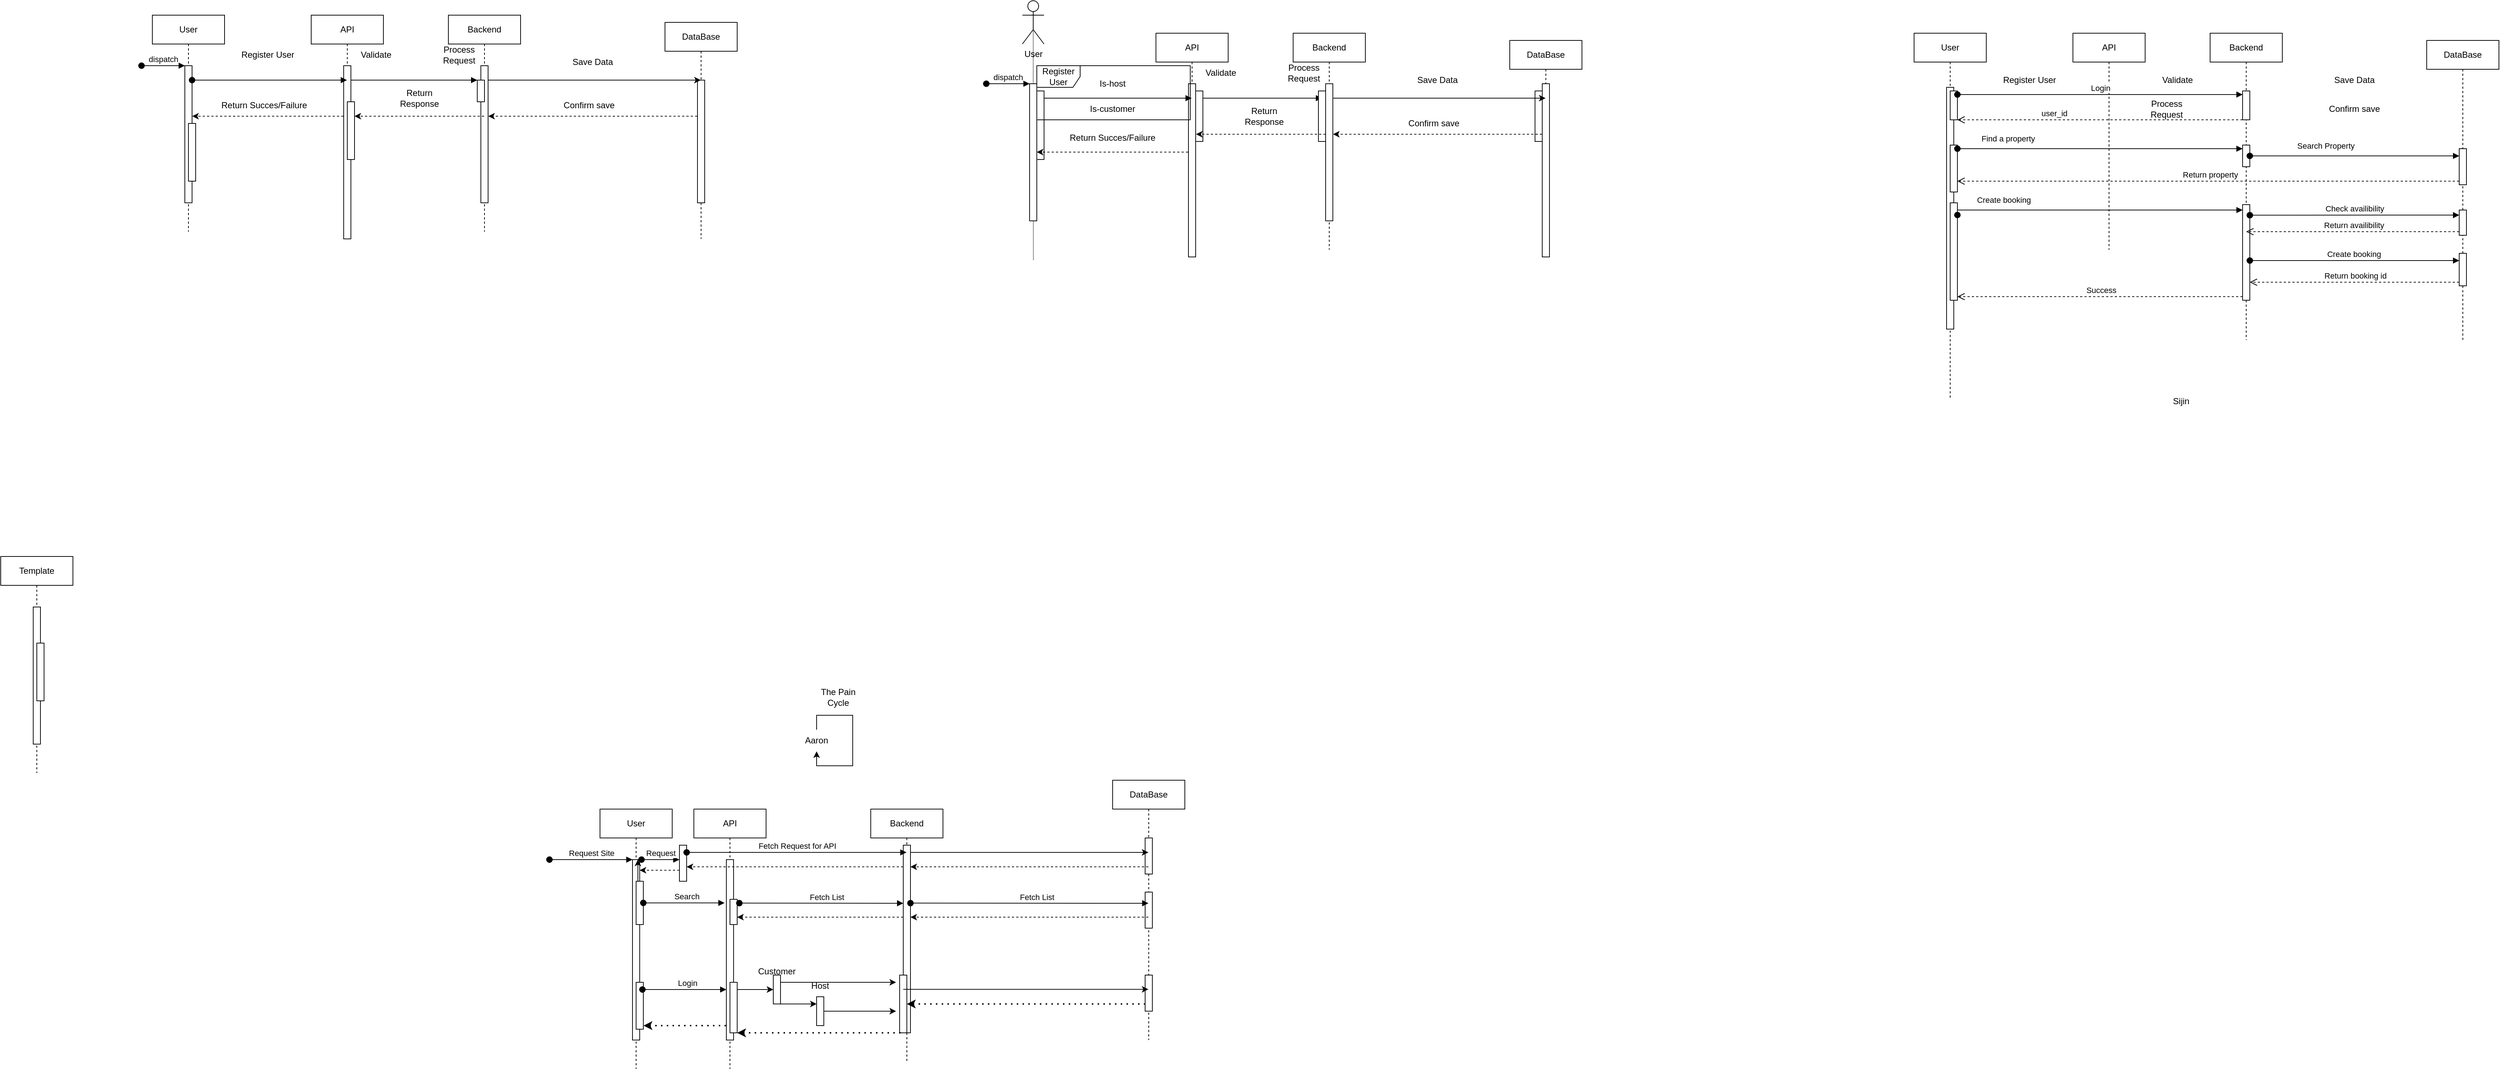
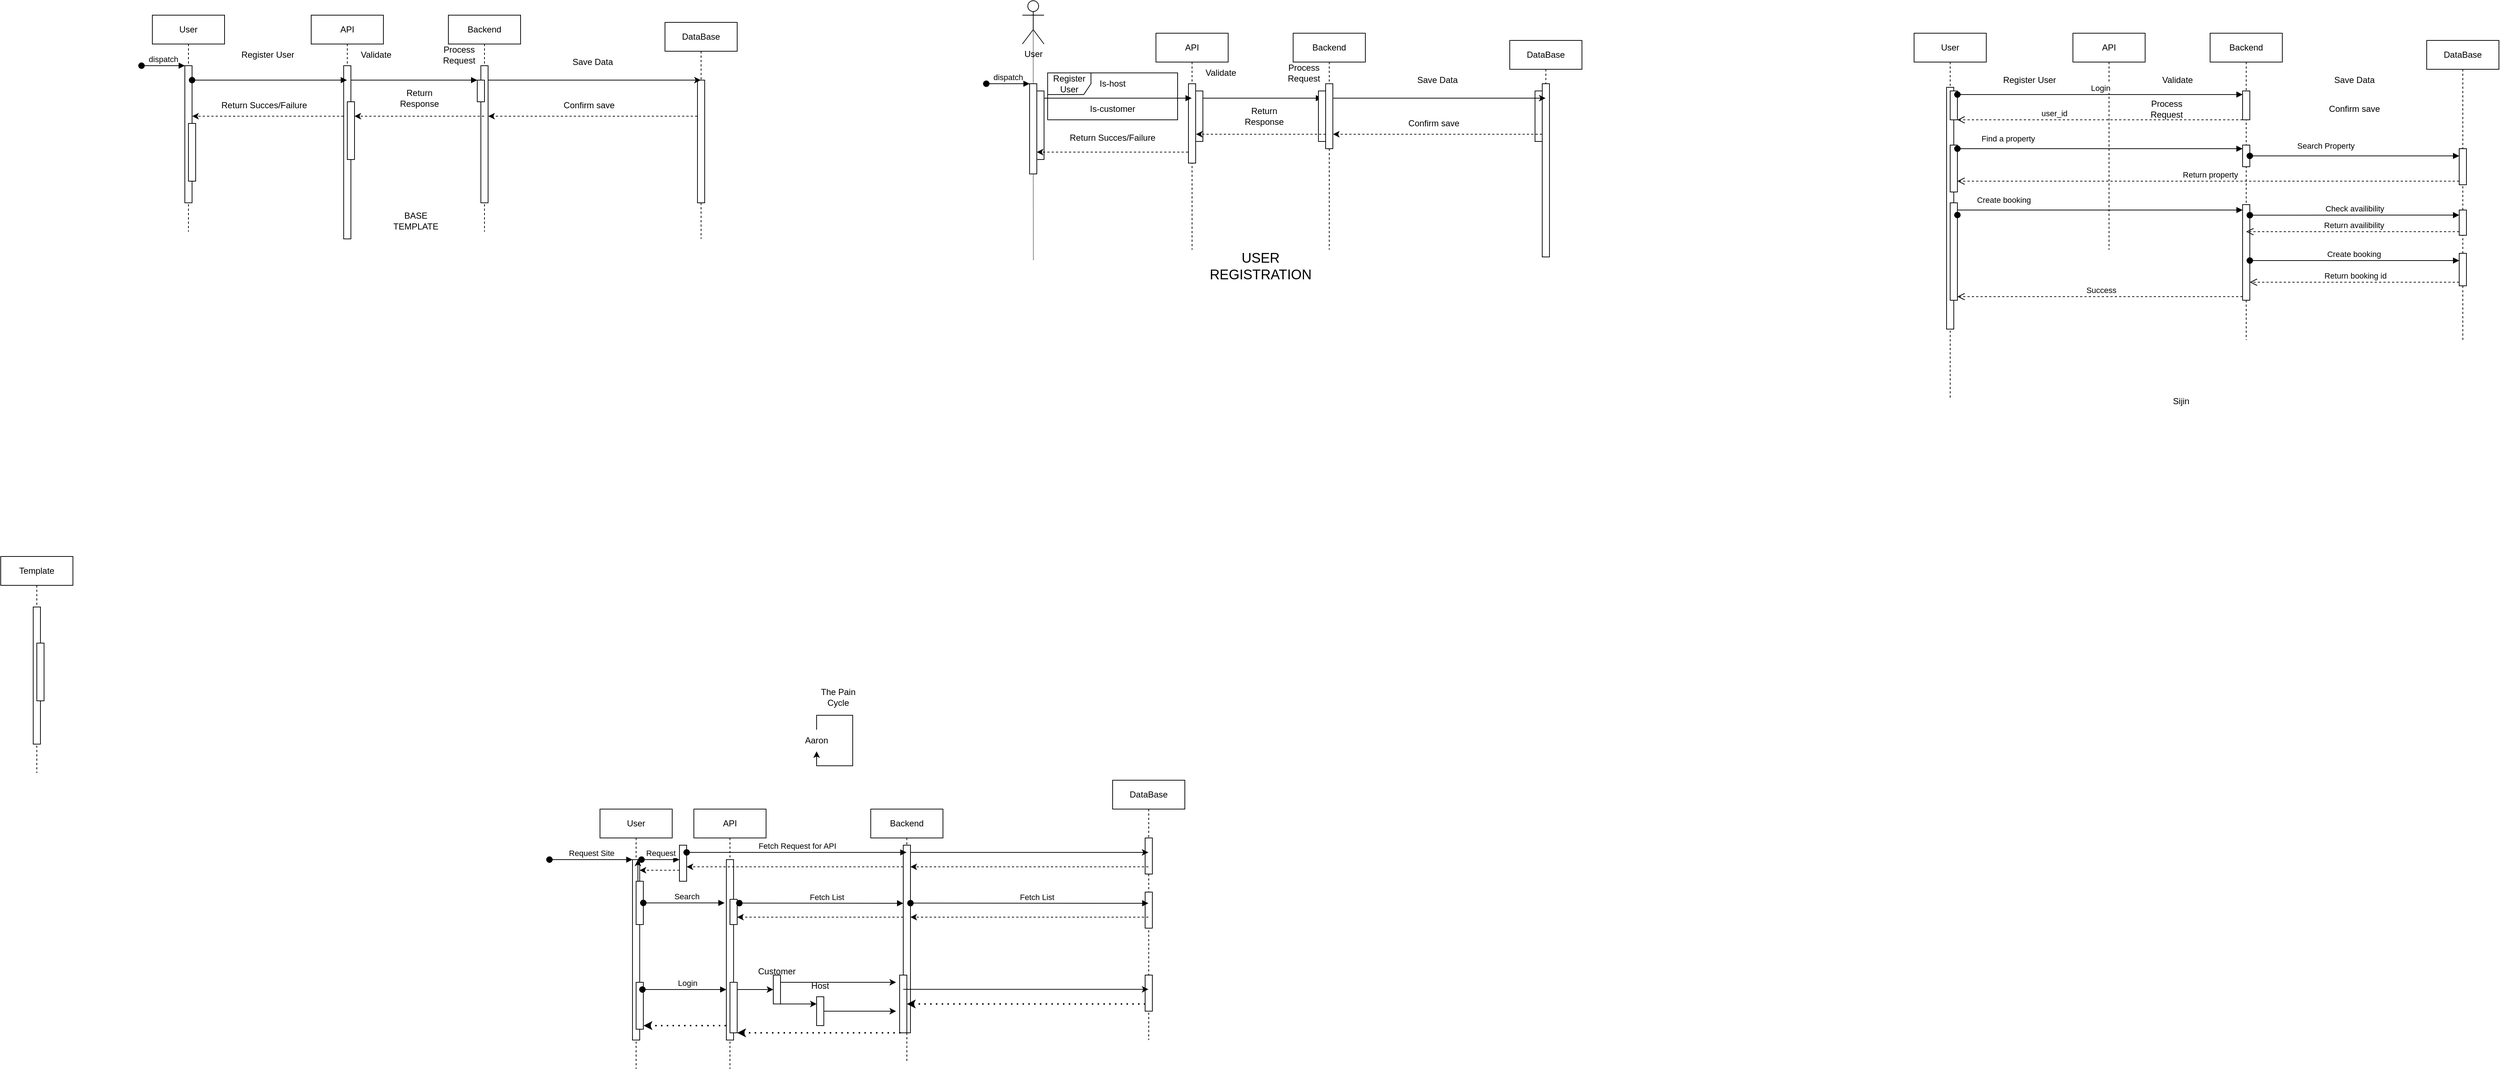
<mxfile host="app.diagrams.net" agent="5.0 (Macintosh; Intel Mac OS X 10_15_7) AppleWebKit/537.36 (KHTML, like Gecko) Chrome/109.0.0.0 Safari/537.36">
  <diagram name="Page-1" id="2YBvvXClWsGukQMizWep">
-     <mxGraphModel dx="1977" dy="550" grid="1" gridSize="10" guides="1" tooltips="1" connect="1" arrows="1" fold="1" page="1" pageScale="1" pageWidth="850" pageHeight="1100" math="0" shadow="0">
+     <mxGraphModel dx="3690" dy="1400" grid="1" gridSize="10" guides="1" tooltips="1" connect="1" arrows="1" fold="1" page="1" pageScale="1" pageWidth="850" pageHeight="1100" math="0" shadow="0">
      <root>
        <mxCell id="0" />
        <mxCell id="1" parent="0" />
        <mxCell id="aM9ryv3xv72pqoxQDRHE-1" parent="1" style="shape=umlLifeline;perimeter=lifelinePerimeter;whiteSpace=wrap;html=1;container=0;dropTarget=0;collapsible=0;recursiveResize=0;outlineConnect=0;portConstraint=eastwest;newEdgeStyle={&quot;edgeStyle&quot;:&quot;elbowEdgeStyle&quot;,&quot;elbow&quot;:&quot;vertical&quot;,&quot;curved&quot;:0,&quot;rounded&quot;:0};" value="User" vertex="1">
          <mxGeometry height="300" width="100" x="-610" y="30" as="geometry" />
        </mxCell>
        <mxCell id="aM9ryv3xv72pqoxQDRHE-2" parent="aM9ryv3xv72pqoxQDRHE-1" style="html=1;points=[];perimeter=orthogonalPerimeter;outlineConnect=0;targetShapes=umlLifeline;portConstraint=eastwest;newEdgeStyle={&quot;edgeStyle&quot;:&quot;elbowEdgeStyle&quot;,&quot;elbow&quot;:&quot;vertical&quot;,&quot;curved&quot;:0,&quot;rounded&quot;:0};" value="" vertex="1">
          <mxGeometry height="190" width="10" x="45" y="70" as="geometry" />
        </mxCell>
        <mxCell id="aM9ryv3xv72pqoxQDRHE-3" edge="1" parent="aM9ryv3xv72pqoxQDRHE-1" style="html=1;verticalAlign=bottom;startArrow=oval;endArrow=block;startSize=8;edgeStyle=elbowEdgeStyle;elbow=vertical;curved=0;rounded=0;" target="aM9ryv3xv72pqoxQDRHE-2" value="dispatch">
          <mxGeometry relative="1" as="geometry">
            <mxPoint x="-15" y="70" as="sourcePoint" />
          </mxGeometry>
        </mxCell>
        <mxCell id="aM9ryv3xv72pqoxQDRHE-4" parent="aM9ryv3xv72pqoxQDRHE-1" style="html=1;points=[];perimeter=orthogonalPerimeter;outlineConnect=0;targetShapes=umlLifeline;portConstraint=eastwest;newEdgeStyle={&quot;edgeStyle&quot;:&quot;elbowEdgeStyle&quot;,&quot;elbow&quot;:&quot;vertical&quot;,&quot;curved&quot;:0,&quot;rounded&quot;:0};" value="" vertex="1">
          <mxGeometry height="80" width="10" x="50" y="150" as="geometry" />
        </mxCell>
        <mxCell id="aM9ryv3xv72pqoxQDRHE-5" parent="1" style="shape=umlLifeline;perimeter=lifelinePerimeter;whiteSpace=wrap;html=1;container=0;dropTarget=0;collapsible=0;recursiveResize=0;outlineConnect=0;portConstraint=eastwest;newEdgeStyle={&quot;edgeStyle&quot;:&quot;elbowEdgeStyle&quot;,&quot;elbow&quot;:&quot;vertical&quot;,&quot;curved&quot;:0,&quot;rounded&quot;:0};" value="DataBase" vertex="1">
          <mxGeometry height="300" width="100" x="100" y="40" as="geometry" />
        </mxCell>
        <mxCell id="aM9ryv3xv72pqoxQDRHE-6" parent="aM9ryv3xv72pqoxQDRHE-5" style="html=1;points=[];perimeter=orthogonalPerimeter;outlineConnect=0;targetShapes=umlLifeline;portConstraint=eastwest;newEdgeStyle={&quot;edgeStyle&quot;:&quot;elbowEdgeStyle&quot;,&quot;elbow&quot;:&quot;vertical&quot;,&quot;curved&quot;:0,&quot;rounded&quot;:0};" value="" vertex="1">
          <mxGeometry height="170" width="10" x="45" y="80" as="geometry" />
        </mxCell>
        <mxCell id="aM9ryv3xv72pqoxQDRHE-7" edge="1" parent="1" source="7Z1T8ZwHcXeBXznP6D7j-6" style="html=1;verticalAlign=bottom;endArrow=block;edgeStyle=elbowEdgeStyle;elbow=vertical;curved=0;rounded=0;" target="7Z1T8ZwHcXeBXznP6D7j-11" value="">
          <mxGeometry relative="1" x="0.0616" as="geometry">
            <mxPoint as="offset" />
            <Array as="points">
              <mxPoint x="-200" y="120" />
            </Array>
            <mxPoint x="-445" y="120" as="sourcePoint" />
            <mxPoint x="-160" y="120" as="targetPoint" />
          </mxGeometry>
        </mxCell>
        <mxCell id="7Z1T8ZwHcXeBXznP6D7j-5" parent="1" style="shape=umlLifeline;perimeter=lifelinePerimeter;whiteSpace=wrap;html=1;container=0;dropTarget=0;collapsible=0;recursiveResize=0;outlineConnect=0;portConstraint=eastwest;newEdgeStyle={&quot;edgeStyle&quot;:&quot;elbowEdgeStyle&quot;,&quot;elbow&quot;:&quot;vertical&quot;,&quot;curved&quot;:0,&quot;rounded&quot;:0};" value="API" vertex="1">
          <mxGeometry height="300" width="100" x="-390" y="30" as="geometry" />
        </mxCell>
        <mxCell id="7Z1T8ZwHcXeBXznP6D7j-6" parent="7Z1T8ZwHcXeBXznP6D7j-5" style="html=1;points=[];perimeter=orthogonalPerimeter;outlineConnect=0;targetShapes=umlLifeline;portConstraint=eastwest;newEdgeStyle={&quot;edgeStyle&quot;:&quot;elbowEdgeStyle&quot;,&quot;elbow&quot;:&quot;vertical&quot;,&quot;curved&quot;:0,&quot;rounded&quot;:0};" value="" vertex="1">
          <mxGeometry height="240" width="10" x="45" y="70" as="geometry" />
        </mxCell>
        <mxCell id="7Z1T8ZwHcXeBXznP6D7j-8" parent="7Z1T8ZwHcXeBXznP6D7j-5" style="html=1;points=[];perimeter=orthogonalPerimeter;outlineConnect=0;targetShapes=umlLifeline;portConstraint=eastwest;newEdgeStyle={&quot;edgeStyle&quot;:&quot;elbowEdgeStyle&quot;,&quot;elbow&quot;:&quot;vertical&quot;,&quot;curved&quot;:0,&quot;rounded&quot;:0};" value="" vertex="1">
          <mxGeometry height="80" width="10" x="50" y="120" as="geometry" />
        </mxCell>
        <mxCell id="7Z1T8ZwHcXeBXznP6D7j-9" parent="1" style="shape=umlLifeline;perimeter=lifelinePerimeter;whiteSpace=wrap;html=1;container=0;dropTarget=0;collapsible=0;recursiveResize=0;outlineConnect=0;portConstraint=eastwest;newEdgeStyle={&quot;edgeStyle&quot;:&quot;elbowEdgeStyle&quot;,&quot;elbow&quot;:&quot;vertical&quot;,&quot;curved&quot;:0,&quot;rounded&quot;:0};" value="&lt;div&gt;Backend&lt;/div&gt;" vertex="1">
          <mxGeometry height="300" width="100" x="-200" y="30" as="geometry" />
        </mxCell>
        <mxCell id="7Z1T8ZwHcXeBXznP6D7j-10" parent="7Z1T8ZwHcXeBXznP6D7j-9" style="html=1;points=[];perimeter=orthogonalPerimeter;outlineConnect=0;targetShapes=umlLifeline;portConstraint=eastwest;newEdgeStyle={&quot;edgeStyle&quot;:&quot;elbowEdgeStyle&quot;,&quot;elbow&quot;:&quot;vertical&quot;,&quot;curved&quot;:0,&quot;rounded&quot;:0};" value="" vertex="1">
          <mxGeometry height="190" width="10" x="45" y="70" as="geometry" />
        </mxCell>
        <mxCell id="7Z1T8ZwHcXeBXznP6D7j-11" parent="7Z1T8ZwHcXeBXznP6D7j-9" style="html=1;points=[];perimeter=orthogonalPerimeter;outlineConnect=0;targetShapes=umlLifeline;portConstraint=eastwest;newEdgeStyle={&quot;edgeStyle&quot;:&quot;elbowEdgeStyle&quot;,&quot;elbow&quot;:&quot;vertical&quot;,&quot;curved&quot;:0,&quot;rounded&quot;:0};" value="" vertex="1">
          <mxGeometry height="30" width="10" x="40" y="90" as="geometry" />
        </mxCell>
        <mxCell id="7Z1T8ZwHcXeBXznP6D7j-12" parent="1" style="shape=umlLifeline;perimeter=lifelinePerimeter;whiteSpace=wrap;html=1;container=0;dropTarget=0;collapsible=0;recursiveResize=0;outlineConnect=0;portConstraint=eastwest;newEdgeStyle={&quot;edgeStyle&quot;:&quot;elbowEdgeStyle&quot;,&quot;elbow&quot;:&quot;vertical&quot;,&quot;curved&quot;:0,&quot;rounded&quot;:0};" value="Template" vertex="1">
          <mxGeometry height="300" width="100" x="-820" y="780" as="geometry" />
        </mxCell>
        <mxCell id="7Z1T8ZwHcXeBXznP6D7j-13" parent="7Z1T8ZwHcXeBXznP6D7j-12" style="html=1;points=[];perimeter=orthogonalPerimeter;outlineConnect=0;targetShapes=umlLifeline;portConstraint=eastwest;newEdgeStyle={&quot;edgeStyle&quot;:&quot;elbowEdgeStyle&quot;,&quot;elbow&quot;:&quot;vertical&quot;,&quot;curved&quot;:0,&quot;rounded&quot;:0};" value="" vertex="1">
          <mxGeometry height="190" width="10" x="45" y="70" as="geometry" />
        </mxCell>
        <mxCell id="7Z1T8ZwHcXeBXznP6D7j-14" parent="7Z1T8ZwHcXeBXznP6D7j-12" style="html=1;points=[];perimeter=orthogonalPerimeter;outlineConnect=0;targetShapes=umlLifeline;portConstraint=eastwest;newEdgeStyle={&quot;edgeStyle&quot;:&quot;elbowEdgeStyle&quot;,&quot;elbow&quot;:&quot;vertical&quot;,&quot;curved&quot;:0,&quot;rounded&quot;:0};" value="" vertex="1">
          <mxGeometry height="80" width="10" x="50" y="120" as="geometry" />
        </mxCell>
        <mxCell id="D9VVy2PClrj1YHKQl20F-1" parent="1" style="text;html=1;whiteSpace=wrap;strokeColor=none;fillColor=none;align=center;verticalAlign=middle;rounded=0;" value="Register User" vertex="1">
          <mxGeometry height="30" width="100" x="-500" y="70" as="geometry" />
        </mxCell>
        <mxCell id="D9VVy2PClrj1YHKQl20F-2" parent="1" style="text;html=1;whiteSpace=wrap;strokeColor=none;fillColor=none;align=center;verticalAlign=middle;rounded=0;" value="Validate" vertex="1">
          <mxGeometry height="30" width="60" x="-330" y="70" as="geometry" />
        </mxCell>
        <mxCell id="D9VVy2PClrj1YHKQl20F-3" parent="1" style="text;html=1;whiteSpace=wrap;strokeColor=none;fillColor=none;align=center;verticalAlign=middle;rounded=0;" value="Process Request" vertex="1">
          <mxGeometry height="30" width="60" x="-215" y="70" as="geometry" />
        </mxCell>
        <mxCell id="I_nbtK1dwFWHWanF6EMp-1" parent="1" style="text;html=1;whiteSpace=wrap;strokeColor=none;fillColor=none;align=center;verticalAlign=middle;rounded=0;" value="Save Data" vertex="1">
          <mxGeometry height="30" width="60" x="-30" y="80" as="geometry" />
        </mxCell>
        <mxCell id="I_nbtK1dwFWHWanF6EMp-2" parent="1" style="text;html=1;whiteSpace=wrap;strokeColor=none;fillColor=none;align=center;verticalAlign=middle;rounded=0;" value="Confirm save" vertex="1">
          <mxGeometry height="30" width="80" x="-44.75" y="140" as="geometry" />
        </mxCell>
        <mxCell id="I_nbtK1dwFWHWanF6EMp-3" parent="1" style="text;html=1;whiteSpace=wrap;strokeColor=none;fillColor=none;align=center;verticalAlign=middle;rounded=0;" value="Return Response" vertex="1">
          <mxGeometry height="30" width="60" x="-270" y="130" as="geometry" />
        </mxCell>
        <mxCell id="I_nbtK1dwFWHWanF6EMp-4" parent="1" style="text;html=1;whiteSpace=wrap;strokeColor=none;fillColor=none;align=center;verticalAlign=middle;rounded=0;" value="Return Succes/Failure" vertex="1">
          <mxGeometry height="30" width="140" x="-524.75" y="140" as="geometry" />
        </mxCell>
        <mxCell id="7Z1T8ZwHcXeBXznP6D7j-20" parent="1" style="shape=umlLifeline;perimeter=lifelinePerimeter;whiteSpace=wrap;html=1;container=0;dropTarget=0;collapsible=0;recursiveResize=0;outlineConnect=0;portConstraint=eastwest;newEdgeStyle={&quot;edgeStyle&quot;:&quot;elbowEdgeStyle&quot;,&quot;elbow&quot;:&quot;vertical&quot;,&quot;curved&quot;:0,&quot;rounded&quot;:0};" value="User" vertex="1">
          <mxGeometry height="360" width="100" x="10" y="1130" as="geometry" />
        </mxCell>
        <mxCell id="7Z1T8ZwHcXeBXznP6D7j-21" parent="7Z1T8ZwHcXeBXznP6D7j-20" style="html=1;points=[];perimeter=orthogonalPerimeter;outlineConnect=0;targetShapes=umlLifeline;portConstraint=eastwest;newEdgeStyle={&quot;edgeStyle&quot;:&quot;elbowEdgeStyle&quot;,&quot;elbow&quot;:&quot;vertical&quot;,&quot;curved&quot;:0,&quot;rounded&quot;:0};" value="" vertex="1">
          <mxGeometry height="250" width="10" x="45" y="70" as="geometry" />
        </mxCell>
        <mxCell id="7Z1T8ZwHcXeBXznP6D7j-22" edge="1" parent="7Z1T8ZwHcXeBXznP6D7j-20" style="html=1;verticalAlign=bottom;startArrow=oval;endArrow=block;startSize=8;edgeStyle=elbowEdgeStyle;elbow=vertical;curved=0;rounded=0;" target="7Z1T8ZwHcXeBXznP6D7j-21" value="&lt;div&gt;Request Site&lt;/div&gt;">
          <mxGeometry relative="1" as="geometry">
            <mxPoint x="-70" y="70" as="sourcePoint" />
          </mxGeometry>
        </mxCell>
        <mxCell id="7Z1T8ZwHcXeBXznP6D7j-53" edge="1" parent="7Z1T8ZwHcXeBXznP6D7j-20" source="7Z1T8ZwHcXeBXznP6D7j-23" style="edgeStyle=elbowEdgeStyle;rounded=0;orthogonalLoop=1;jettySize=auto;html=1;elbow=vertical;curved=0;" target="7Z1T8ZwHcXeBXznP6D7j-21">
          <mxGeometry relative="1" as="geometry" />
        </mxCell>
        <mxCell id="7Z1T8ZwHcXeBXznP6D7j-23" parent="7Z1T8ZwHcXeBXznP6D7j-20" style="html=1;points=[];perimeter=orthogonalPerimeter;outlineConnect=0;targetShapes=umlLifeline;portConstraint=eastwest;newEdgeStyle={&quot;edgeStyle&quot;:&quot;elbowEdgeStyle&quot;,&quot;elbow&quot;:&quot;vertical&quot;,&quot;curved&quot;:0,&quot;rounded&quot;:0};" value="" vertex="1">
          <mxGeometry height="60" width="10" x="50" y="100" as="geometry" />
        </mxCell>
        <mxCell id="7Z1T8ZwHcXeBXznP6D7j-61" parent="7Z1T8ZwHcXeBXznP6D7j-20" style="html=1;points=[];perimeter=orthogonalPerimeter;outlineConnect=0;targetShapes=umlLifeline;portConstraint=eastwest;newEdgeStyle={&quot;edgeStyle&quot;:&quot;elbowEdgeStyle&quot;,&quot;elbow&quot;:&quot;vertical&quot;,&quot;curved&quot;:0,&quot;rounded&quot;:0};" value="" vertex="1">
          <mxGeometry height="65" width="10" x="50" y="240" as="geometry" />
        </mxCell>
        <mxCell id="_QFFP_39c0ER-aZENGy8-1" edge="1" parent="1" source="7Z1T8ZwHcXeBXznP6D7j-10" style="endArrow=classic;html=1;rounded=0;" target="aM9ryv3xv72pqoxQDRHE-5" value="">
          <mxGeometry height="50" relative="1" width="50" as="geometry">
            <Array as="points">
              <mxPoint x="10" y="120" />
            </Array>
            <mxPoint x="-150" y="160" as="sourcePoint" />
            <mxPoint x="-100" y="110" as="targetPoint" />
          </mxGeometry>
        </mxCell>
        <mxCell id="7Z1T8ZwHcXeBXznP6D7j-24" parent="1" style="shape=umlLifeline;perimeter=lifelinePerimeter;whiteSpace=wrap;html=1;container=0;dropTarget=0;collapsible=0;recursiveResize=0;outlineConnect=0;portConstraint=eastwest;newEdgeStyle={&quot;edgeStyle&quot;:&quot;elbowEdgeStyle&quot;,&quot;elbow&quot;:&quot;vertical&quot;,&quot;curved&quot;:0,&quot;rounded&quot;:0};" value="DataBase" vertex="1">
          <mxGeometry height="360" width="100" x="720" y="1090" as="geometry" />
        </mxCell>
        <mxCell id="7Z1T8ZwHcXeBXznP6D7j-25" parent="7Z1T8ZwHcXeBXznP6D7j-24" style="html=1;points=[];perimeter=orthogonalPerimeter;outlineConnect=0;targetShapes=umlLifeline;portConstraint=eastwest;newEdgeStyle={&quot;edgeStyle&quot;:&quot;elbowEdgeStyle&quot;,&quot;elbow&quot;:&quot;vertical&quot;,&quot;curved&quot;:0,&quot;rounded&quot;:0};" value="" vertex="1">
          <mxGeometry height="50" width="10" x="45" y="80" as="geometry" />
        </mxCell>
        <mxCell id="7Z1T8ZwHcXeBXznP6D7j-74" parent="7Z1T8ZwHcXeBXznP6D7j-24" style="html=1;points=[];perimeter=orthogonalPerimeter;outlineConnect=0;targetShapes=umlLifeline;portConstraint=eastwest;newEdgeStyle={&quot;edgeStyle&quot;:&quot;elbowEdgeStyle&quot;,&quot;elbow&quot;:&quot;vertical&quot;,&quot;curved&quot;:0,&quot;rounded&quot;:0};" value="" vertex="1">
          <mxGeometry height="50" width="10" x="45" y="155" as="geometry" />
        </mxCell>
        <mxCell id="7Z1T8ZwHcXeBXznP6D7j-81" parent="7Z1T8ZwHcXeBXznP6D7j-24" style="html=1;points=[];perimeter=orthogonalPerimeter;outlineConnect=0;targetShapes=umlLifeline;portConstraint=eastwest;newEdgeStyle={&quot;edgeStyle&quot;:&quot;elbowEdgeStyle&quot;,&quot;elbow&quot;:&quot;vertical&quot;,&quot;curved&quot;:0,&quot;rounded&quot;:0};" value="" vertex="1">
          <mxGeometry height="50" width="10" x="45" y="270" as="geometry" />
        </mxCell>
        <mxCell id="_QFFP_39c0ER-aZENGy8-2" edge="1" parent="1" style="endArrow=classic;html=1;rounded=0;dashed=1;" value="">
          <mxGeometry height="50" relative="1" width="50" as="geometry">
            <Array as="points">
              <mxPoint x="-4.75" y="170" />
            </Array>
            <mxPoint x="144.75" y="169.9999999999999" as="sourcePoint" />
            <mxPoint x="-144.75" y="169.9999999999999" as="targetPoint" />
          </mxGeometry>
        </mxCell>
        <mxCell id="_QFFP_39c0ER-aZENGy8-3" edge="1" parent="1" style="endArrow=classic;html=1;rounded=0;dashed=1;" value="">
          <mxGeometry height="50" relative="1" width="50" as="geometry">
            <Array as="points">
              <mxPoint x="-240" y="170" />
            </Array>
            <mxPoint x="-150.5" y="169.9999999999999" as="sourcePoint" />
            <mxPoint x="-330" y="169.9999999999999" as="targetPoint" />
          </mxGeometry>
        </mxCell>
        <mxCell id="_QFFP_39c0ER-aZENGy8-4" edge="1" parent="1" style="endArrow=classic;html=1;rounded=0;dashed=1;" value="">
          <mxGeometry height="50" relative="1" width="50" as="geometry">
            <Array as="points">
              <mxPoint x="-444.75" y="170" />
            </Array>
            <mxPoint x="-345.25" y="169.9999999999999" as="sourcePoint" />
            <mxPoint x="-554.75" y="169.9999999999999" as="targetPoint" />
          </mxGeometry>
        </mxCell>
        <mxCell id="7Z1T8ZwHcXeBXznP6D7j-30" parent="1" style="shape=umlLifeline;perimeter=lifelinePerimeter;whiteSpace=wrap;html=1;container=0;dropTarget=0;collapsible=0;recursiveResize=0;outlineConnect=0;portConstraint=eastwest;newEdgeStyle={&quot;edgeStyle&quot;:&quot;elbowEdgeStyle&quot;,&quot;elbow&quot;:&quot;vertical&quot;,&quot;curved&quot;:0,&quot;rounded&quot;:0};" value="API" vertex="1">
          <mxGeometry height="360" width="100" x="140" y="1130" as="geometry" />
        </mxCell>
        <mxCell id="7Z1T8ZwHcXeBXznP6D7j-31" parent="7Z1T8ZwHcXeBXznP6D7j-30" style="html=1;points=[];perimeter=orthogonalPerimeter;outlineConnect=0;targetShapes=umlLifeline;portConstraint=eastwest;newEdgeStyle={&quot;edgeStyle&quot;:&quot;elbowEdgeStyle&quot;,&quot;elbow&quot;:&quot;vertical&quot;,&quot;curved&quot;:0,&quot;rounded&quot;:0};" value="" vertex="1">
          <mxGeometry height="250" width="10" x="45" y="70" as="geometry" />
        </mxCell>
        <mxCell id="7Z1T8ZwHcXeBXznP6D7j-52" parent="7Z1T8ZwHcXeBXznP6D7j-30" style="html=1;points=[];perimeter=orthogonalPerimeter;outlineConnect=0;targetShapes=umlLifeline;portConstraint=eastwest;newEdgeStyle={&quot;edgeStyle&quot;:&quot;elbowEdgeStyle&quot;,&quot;elbow&quot;:&quot;vertical&quot;,&quot;curved&quot;:0,&quot;rounded&quot;:0};" value="" vertex="1">
          <mxGeometry height="35" width="10" x="50" y="125" as="geometry" />
        </mxCell>
        <mxCell id="7Z1T8ZwHcXeBXznP6D7j-60" parent="7Z1T8ZwHcXeBXznP6D7j-30" style="html=1;points=[];perimeter=orthogonalPerimeter;outlineConnect=0;targetShapes=umlLifeline;portConstraint=eastwest;newEdgeStyle={&quot;edgeStyle&quot;:&quot;elbowEdgeStyle&quot;,&quot;elbow&quot;:&quot;vertical&quot;,&quot;curved&quot;:0,&quot;rounded&quot;:0};" value="" vertex="1">
          <mxGeometry height="70" width="10" x="50" y="240" as="geometry" />
        </mxCell>
        <mxCell id="7Z1T8ZwHcXeBXznP6D7j-33" parent="1" style="shape=umlLifeline;perimeter=lifelinePerimeter;whiteSpace=wrap;html=1;container=0;dropTarget=0;collapsible=0;recursiveResize=0;outlineConnect=0;portConstraint=eastwest;newEdgeStyle={&quot;edgeStyle&quot;:&quot;elbowEdgeStyle&quot;,&quot;elbow&quot;:&quot;vertical&quot;,&quot;curved&quot;:0,&quot;rounded&quot;:0};" value="&lt;div&gt;Backend&lt;/div&gt;" vertex="1">
          <mxGeometry height="350" width="100" x="385" y="1130" as="geometry" />
        </mxCell>
        <mxCell id="7Z1T8ZwHcXeBXznP6D7j-34" parent="7Z1T8ZwHcXeBXznP6D7j-33" style="html=1;points=[];perimeter=orthogonalPerimeter;outlineConnect=0;targetShapes=umlLifeline;portConstraint=eastwest;newEdgeStyle={&quot;edgeStyle&quot;:&quot;elbowEdgeStyle&quot;,&quot;elbow&quot;:&quot;vertical&quot;,&quot;curved&quot;:0,&quot;rounded&quot;:0};" value="" vertex="1">
          <mxGeometry height="260" width="10" x="45" y="50" as="geometry" />
        </mxCell>
        <mxCell id="7Z1T8ZwHcXeBXznP6D7j-82" parent="7Z1T8ZwHcXeBXznP6D7j-33" style="html=1;points=[];perimeter=orthogonalPerimeter;outlineConnect=0;targetShapes=umlLifeline;portConstraint=eastwest;newEdgeStyle={&quot;edgeStyle&quot;:&quot;elbowEdgeStyle&quot;,&quot;elbow&quot;:&quot;vertical&quot;,&quot;curved&quot;:0,&quot;rounded&quot;:0};" value="" vertex="1">
          <mxGeometry height="80" width="10" x="40" y="230" as="geometry" />
        </mxCell>
        <mxCell id="68ymO_Sjnk0znAFFcrqy-1" parent="1" style="shape=umlLifeline;perimeter=lifelinePerimeter;whiteSpace=wrap;html=1;container=0;dropTarget=0;collapsible=0;recursiveResize=0;outlineConnect=0;portConstraint=eastwest;newEdgeStyle={&quot;edgeStyle&quot;:&quot;elbowEdgeStyle&quot;,&quot;elbow&quot;:&quot;vertical&quot;,&quot;curved&quot;:0,&quot;rounded&quot;:0};" value="User" vertex="1">
          <mxGeometry height="505" width="100" x="1830" y="55" as="geometry" />
        </mxCell>
        <mxCell id="DhhXMbWg79UAvs8icK3S-2" parent="68ymO_Sjnk0znAFFcrqy-1" style="html=1;points=[];perimeter=orthogonalPerimeter;outlineConnect=0;targetShapes=umlLifeline;portConstraint=eastwest;newEdgeStyle={&quot;edgeStyle&quot;:&quot;elbowEdgeStyle&quot;,&quot;elbow&quot;:&quot;vertical&quot;,&quot;curved&quot;:0,&quot;rounded&quot;:0};" value="" vertex="1">
          <mxGeometry height="335" width="10" x="45" y="75" as="geometry" />
        </mxCell>
        <mxCell id="DhhXMbWg79UAvs8icK3S-4" parent="68ymO_Sjnk0znAFFcrqy-1" style="html=1;points=[];perimeter=orthogonalPerimeter;outlineConnect=0;targetShapes=umlLifeline;portConstraint=eastwest;newEdgeStyle={&quot;edgeStyle&quot;:&quot;elbowEdgeStyle&quot;,&quot;elbow&quot;:&quot;vertical&quot;,&quot;curved&quot;:0,&quot;rounded&quot;:0};" value="" vertex="1">
          <mxGeometry height="40" width="10" x="50" y="80" as="geometry" />
        </mxCell>
        <mxCell id="DqHyfR3eGS3xM4o2pyak-10" parent="68ymO_Sjnk0znAFFcrqy-1" style="html=1;points=[];perimeter=orthogonalPerimeter;outlineConnect=0;targetShapes=umlLifeline;portConstraint=eastwest;newEdgeStyle={&quot;edgeStyle&quot;:&quot;elbowEdgeStyle&quot;,&quot;elbow&quot;:&quot;vertical&quot;,&quot;curved&quot;:0,&quot;rounded&quot;:0};" value="&lt;span style=&quot;color: rgba(0, 0, 0, 0); font-family: monospace; font-size: 0px; text-align: start;&quot;&gt;%3CmxGraphModel%3E%3Croot%3E%3CmxCell%20id%3D%220%22%2F%3E%3CmxCell%20id%3D%221%22%20parent%3D%220%22%2F%3E%3CmxCell%20id%3D%222%22%20parent%3D%221%22%20style%3D%22html%3D1%3Bpoints%3D%5B%5D%3Bperimeter%3DorthogonalPerimeter%3BoutlineConnect%3D0%3BtargetShapes%3DumlLifeline%3BportConstraint%3Deastwest%3BnewEdgeStyle%3D%7B%26quot%3BedgeStyle%26quot%3B%3A%26quot%3BelbowEdgeStyle%26quot%3B%2C%26quot%3Belbow%26quot%3B%3A%26quot%3Bvertical%26quot%3B%2C%26quot%3Bcurved%26quot%3B%3A0%2C%26quot%3Brounded%26quot%3B%3A0%7D%3B%22%20value%3D%22%22%20vertex%3D%221%22%3E%3CmxGeometry%20height%3D%2230%22%20width%3D%2210%22%20x%3D%222285%22%20y%3D%22210%22%20as%3D%22geometry%22%2F%3E%3C%2FmxCell%3E%3C%2Froot%3E%3C%2FmxGraphModel%3E&lt;/span&gt;" vertex="1">
          <mxGeometry height="65" width="10" x="50" y="155" as="geometry" />
        </mxCell>
        <mxCell id="DqHyfR3eGS3xM4o2pyak-20" parent="68ymO_Sjnk0znAFFcrqy-1" style="html=1;points=[];perimeter=orthogonalPerimeter;outlineConnect=0;targetShapes=umlLifeline;portConstraint=eastwest;newEdgeStyle={&quot;edgeStyle&quot;:&quot;elbowEdgeStyle&quot;,&quot;elbow&quot;:&quot;vertical&quot;,&quot;curved&quot;:0,&quot;rounded&quot;:0};" value="" vertex="1">
          <mxGeometry height="135" width="10" x="50" y="235" as="geometry" />
        </mxCell>
        <mxCell id="68ymO_Sjnk0znAFFcrqy-5" parent="1" style="shape=umlLifeline;perimeter=lifelinePerimeter;whiteSpace=wrap;html=1;container=0;dropTarget=0;collapsible=0;recursiveResize=0;outlineConnect=0;portConstraint=eastwest;newEdgeStyle={&quot;edgeStyle&quot;:&quot;elbowEdgeStyle&quot;,&quot;elbow&quot;:&quot;vertical&quot;,&quot;curved&quot;:0,&quot;rounded&quot;:0};" value="DataBase" vertex="1">
          <mxGeometry height="415" width="100" x="2540" y="65" as="geometry" />
        </mxCell>
        <mxCell id="68ymO_Sjnk0znAFFcrqy-6" parent="68ymO_Sjnk0znAFFcrqy-5" style="html=1;points=[];perimeter=orthogonalPerimeter;outlineConnect=0;targetShapes=umlLifeline;portConstraint=eastwest;newEdgeStyle={&quot;edgeStyle&quot;:&quot;elbowEdgeStyle&quot;,&quot;elbow&quot;:&quot;vertical&quot;,&quot;curved&quot;:0,&quot;rounded&quot;:0};" value="" vertex="1">
          <mxGeometry height="50" width="10" x="45" y="150" as="geometry" />
        </mxCell>
        <mxCell id="DqHyfR3eGS3xM4o2pyak-24" parent="68ymO_Sjnk0znAFFcrqy-5" style="html=1;points=[];perimeter=orthogonalPerimeter;outlineConnect=0;targetShapes=umlLifeline;portConstraint=eastwest;newEdgeStyle={&quot;edgeStyle&quot;:&quot;elbowEdgeStyle&quot;,&quot;elbow&quot;:&quot;vertical&quot;,&quot;curved&quot;:0,&quot;rounded&quot;:0};" value="" vertex="1">
          <mxGeometry height="35" width="10" x="45" y="235" as="geometry" />
        </mxCell>
        <mxCell id="DqHyfR3eGS3xM4o2pyak-26" parent="68ymO_Sjnk0znAFFcrqy-5" style="html=1;points=[];perimeter=orthogonalPerimeter;outlineConnect=0;targetShapes=umlLifeline;portConstraint=eastwest;newEdgeStyle={&quot;edgeStyle&quot;:&quot;elbowEdgeStyle&quot;,&quot;elbow&quot;:&quot;vertical&quot;,&quot;curved&quot;:0,&quot;rounded&quot;:0};" value="" vertex="1">
          <mxGeometry height="45" width="10" x="45" y="295" as="geometry" />
        </mxCell>
        <mxCell id="68ymO_Sjnk0znAFFcrqy-10" edge="1" parent="1" source="68ymO_Sjnk0znAFFcrqy-16" style="html=1;verticalAlign=bottom;endArrow=open;dashed=1;endSize=8;edgeStyle=elbowEdgeStyle;elbow=vertical;curved=0;rounded=0;" target="DhhXMbWg79UAvs8icK3S-4" value="user_id">
          <mxGeometry relative="1" x="0.325" as="geometry">
            <mxPoint as="offset" />
            <Array as="points">
              <mxPoint x="2260" y="175" />
            </Array>
            <mxPoint x="2260" y="175" as="sourcePoint" />
            <mxPoint x="1910" y="180" as="targetPoint" />
          </mxGeometry>
        </mxCell>
        <mxCell id="68ymO_Sjnk0znAFFcrqy-11" parent="1" style="shape=umlLifeline;perimeter=lifelinePerimeter;whiteSpace=wrap;html=1;container=0;dropTarget=0;collapsible=0;recursiveResize=0;outlineConnect=0;portConstraint=eastwest;newEdgeStyle={&quot;edgeStyle&quot;:&quot;elbowEdgeStyle&quot;,&quot;elbow&quot;:&quot;vertical&quot;,&quot;curved&quot;:0,&quot;rounded&quot;:0};" value="API" vertex="1">
          <mxGeometry height="300" width="100" x="2050" y="55" as="geometry" />
        </mxCell>
        <mxCell id="68ymO_Sjnk0znAFFcrqy-14" parent="1" style="shape=umlLifeline;perimeter=lifelinePerimeter;whiteSpace=wrap;html=1;container=0;dropTarget=0;collapsible=0;recursiveResize=0;outlineConnect=0;portConstraint=eastwest;newEdgeStyle={&quot;edgeStyle&quot;:&quot;elbowEdgeStyle&quot;,&quot;elbow&quot;:&quot;vertical&quot;,&quot;curved&quot;:0,&quot;rounded&quot;:0};" value="&lt;div&gt;Backend&lt;/div&gt;" vertex="1">
          <mxGeometry height="425" width="100" x="2240" y="55" as="geometry" />
        </mxCell>
        <mxCell id="68ymO_Sjnk0znAFFcrqy-16" parent="68ymO_Sjnk0znAFFcrqy-14" style="html=1;points=[];perimeter=orthogonalPerimeter;outlineConnect=0;targetShapes=umlLifeline;portConstraint=eastwest;newEdgeStyle={&quot;edgeStyle&quot;:&quot;elbowEdgeStyle&quot;,&quot;elbow&quot;:&quot;vertical&quot;,&quot;curved&quot;:0,&quot;rounded&quot;:0};" value="" vertex="1">
          <mxGeometry height="40" width="10" x="45" y="80" as="geometry" />
        </mxCell>
        <mxCell id="DqHyfR3eGS3xM4o2pyak-22" parent="68ymO_Sjnk0znAFFcrqy-14" style="html=1;points=[];perimeter=orthogonalPerimeter;outlineConnect=0;targetShapes=umlLifeline;portConstraint=eastwest;newEdgeStyle={&quot;edgeStyle&quot;:&quot;elbowEdgeStyle&quot;,&quot;elbow&quot;:&quot;vertical&quot;,&quot;curved&quot;:0,&quot;rounded&quot;:0};" value="" vertex="1">
          <mxGeometry height="132.5" width="10" x="45" y="237.5" as="geometry" />
        </mxCell>
        <mxCell id="68ymO_Sjnk0znAFFcrqy-17" edge="1" parent="1" source="DhhXMbWg79UAvs8icK3S-4" style="html=1;verticalAlign=bottom;startArrow=oval;endArrow=block;startSize=8;edgeStyle=elbowEdgeStyle;elbow=vertical;curved=0;rounded=0;" target="68ymO_Sjnk0znAFFcrqy-16" value="Login">
          <mxGeometry relative="1" as="geometry">
            <Array as="points">
              <mxPoint x="2270" y="140" />
            </Array>
            <mxPoint x="1900" y="140" as="sourcePoint" />
            <mxPoint x="2270" y="140" as="targetPoint" />
          </mxGeometry>
        </mxCell>
        <mxCell id="68ymO_Sjnk0znAFFcrqy-18" parent="1" style="text;html=1;whiteSpace=wrap;strokeColor=none;fillColor=none;align=center;verticalAlign=middle;rounded=0;" value="Register User" vertex="1">
          <mxGeometry height="30" width="100" x="1940" y="105" as="geometry" />
        </mxCell>
        <mxCell id="68ymO_Sjnk0znAFFcrqy-19" parent="1" style="text;html=1;whiteSpace=wrap;strokeColor=none;fillColor=none;align=center;verticalAlign=middle;rounded=0;" value="Validate" vertex="1">
          <mxGeometry height="30" width="60" x="2165" y="105" as="geometry" />
        </mxCell>
        <mxCell id="68ymO_Sjnk0znAFFcrqy-20" parent="1" style="text;html=1;whiteSpace=wrap;strokeColor=none;fillColor=none;align=center;verticalAlign=middle;rounded=0;" value="Process Request" vertex="1">
          <mxGeometry height="30" width="60" x="2150" y="145" as="geometry" />
        </mxCell>
        <mxCell id="68ymO_Sjnk0znAFFcrqy-21" parent="1" style="text;html=1;whiteSpace=wrap;strokeColor=none;fillColor=none;align=center;verticalAlign=middle;rounded=0;" value="Save Data" vertex="1">
          <mxGeometry height="30" width="60" x="2410" y="105" as="geometry" />
        </mxCell>
        <mxCell id="68ymO_Sjnk0znAFFcrqy-22" parent="1" style="text;html=1;whiteSpace=wrap;strokeColor=none;fillColor=none;align=center;verticalAlign=middle;rounded=0;" value="Confirm save" vertex="1">
          <mxGeometry height="30" width="80" x="2400" y="145" as="geometry" />
        </mxCell>
        <mxCell id="7Z1T8ZwHcXeBXznP6D7j-44" parent="1" style="html=1;points=[];perimeter=orthogonalPerimeter;outlineConnect=0;targetShapes=umlLifeline;portConstraint=eastwest;newEdgeStyle={&quot;edgeStyle&quot;:&quot;elbowEdgeStyle&quot;,&quot;elbow&quot;:&quot;vertical&quot;,&quot;curved&quot;:0,&quot;rounded&quot;:0};" value="" vertex="1">
          <mxGeometry height="50" width="10" x="120" y="1180" as="geometry" />
        </mxCell>
        <mxCell id="DhhXMbWg79UAvs8icK3S-5" parent="1" style="text;html=1;whiteSpace=wrap;strokeColor=none;fillColor=none;align=center;verticalAlign=middle;rounded=0;" value="Sijin" vertex="1">
          <mxGeometry height="30" width="140" x="2130" y="550" as="geometry" />
        </mxCell>
        <mxCell id="7Z1T8ZwHcXeBXznP6D7j-45" edge="1" parent="1" style="html=1;verticalAlign=bottom;startArrow=oval;endArrow=block;startSize=8;edgeStyle=elbowEdgeStyle;elbow=vertical;curved=0;rounded=0;" value="&lt;div&gt;Request&lt;/div&gt;">
          <mxGeometry relative="1" as="geometry">
            <mxPoint x="67.5" y="1200" as="sourcePoint" />
            <mxPoint x="120" y="1200" as="targetPoint" />
          </mxGeometry>
        </mxCell>
        <mxCell id="7Z1T8ZwHcXeBXznP6D7j-46" edge="1" parent="1" style="html=1;verticalAlign=bottom;startArrow=oval;endArrow=block;startSize=8;edgeStyle=elbowEdgeStyle;elbow=vertical;curved=0;rounded=0;" target="7Z1T8ZwHcXeBXznP6D7j-33" value="Fetch Request for API">
          <mxGeometry relative="1" as="geometry">
            <mxPoint x="130" y="1190" as="sourcePoint" />
            <mxPoint x="182.5" y="1190" as="targetPoint" />
          </mxGeometry>
        </mxCell>
        <mxCell id="7Z1T8ZwHcXeBXznP6D7j-48" edge="1" parent="1" source="7Z1T8ZwHcXeBXznP6D7j-24" style="endArrow=classic;html=1;rounded=0;dashed=1;" value="">
          <mxGeometry height="50" relative="1" width="50" as="geometry">
            <Array as="points">
              <mxPoint x="635.11" y="1210" />
            </Array>
            <mxPoint x="760" y="1210" as="sourcePoint" />
            <mxPoint x="440.0039393939395" y="1210" as="targetPoint" />
          </mxGeometry>
        </mxCell>
        <mxCell id="7Z1T8ZwHcXeBXznP6D7j-49" edge="1" parent="1" source="7Z1T8ZwHcXeBXznP6D7j-34" style="endArrow=classic;html=1;rounded=0;dashed=1;" target="7Z1T8ZwHcXeBXznP6D7j-44" value="">
          <mxGeometry height="50" relative="1" width="50" as="geometry">
            <Array as="points">
              <mxPoint x="410" y="1210" />
              <mxPoint x="400" y="1210" />
            </Array>
            <mxPoint x="434.75" y="1260" as="sourcePoint" />
            <mxPoint x="270" y="1260" as="targetPoint" />
          </mxGeometry>
        </mxCell>
        <mxCell id="7Z1T8ZwHcXeBXznP6D7j-50" edge="1" parent="1" style="endArrow=classic;html=1;rounded=0;dashed=1;" value="">
          <mxGeometry height="50" relative="1" width="50" as="geometry">
            <Array as="points">
              <mxPoint x="90" y="1214.75" />
            </Array>
            <mxPoint x="120" y="1214.75" as="sourcePoint" />
            <mxPoint x="65" y="1214.75" as="targetPoint" />
          </mxGeometry>
        </mxCell>
        <mxCell id="7Z1T8ZwHcXeBXznP6D7j-51" edge="1" parent="1" source="7Z1T8ZwHcXeBXznP6D7j-23" style="html=1;verticalAlign=bottom;startArrow=oval;endArrow=block;startSize=8;edgeStyle=elbowEdgeStyle;elbow=vertical;curved=0;rounded=0;" value="Search">
          <mxGeometry relative="1" x="0.0652" as="geometry">
            <mxPoint as="offset" />
            <mxPoint x="80" y="1260" as="sourcePoint" />
            <mxPoint x="182.5" y="1260" as="targetPoint" />
          </mxGeometry>
        </mxCell>
        <mxCell id="7Z1T8ZwHcXeBXznP6D7j-54" edge="1" parent="1" style="html=1;verticalAlign=bottom;startArrow=oval;endArrow=block;startSize=8;edgeStyle=elbowEdgeStyle;elbow=vertical;curved=0;rounded=0;" target="7Z1T8ZwHcXeBXznP6D7j-34" value="&lt;div&gt;Fetch List&lt;/div&gt;">
          <mxGeometry relative="1" x="0.0652" as="geometry">
            <mxPoint as="offset" />
            <mxPoint x="203" y="1260.3000000000002" as="sourcePoint" />
            <mxPoint x="420" y="1260" as="targetPoint" />
          </mxGeometry>
        </mxCell>
        <mxCell id="RGL2uUVUx_PTmSJQ5p5J-2" edge="1" parent="1" style="html=1;verticalAlign=bottom;startArrow=oval;endArrow=block;startSize=8;edgeStyle=elbowEdgeStyle;elbow=vertical;curved=0;rounded=0;" target="7Z1T8ZwHcXeBXznP6D7j-5" value="">
          <mxGeometry relative="1" x="-0.3939" y="10" as="geometry">
            <mxPoint as="offset" />
            <mxPoint x="-555" y="120" as="sourcePoint" />
            <mxPoint x="-500" y="120" as="targetPoint" />
          </mxGeometry>
        </mxCell>
        <mxCell id="7Z1T8ZwHcXeBXznP6D7j-56" edge="1" parent="1" style="endArrow=classic;html=1;rounded=0;endFill=1;" target="7Z1T8ZwHcXeBXznP6D7j-24" value="">
          <mxGeometry height="50" relative="1" width="50" as="geometry">
            <mxPoint x="440" y="1190" as="sourcePoint" />
            <mxPoint x="700" y="1190" as="targetPoint" />
          </mxGeometry>
        </mxCell>
        <mxCell id="DqHyfR3eGS3xM4o2pyak-12" parent="1" style="html=1;points=[];perimeter=orthogonalPerimeter;outlineConnect=0;targetShapes=umlLifeline;portConstraint=eastwest;newEdgeStyle={&quot;edgeStyle&quot;:&quot;elbowEdgeStyle&quot;,&quot;elbow&quot;:&quot;vertical&quot;,&quot;curved&quot;:0,&quot;rounded&quot;:0};" value="" vertex="1">
          <mxGeometry height="30" width="10" x="2285" y="210" as="geometry" />
        </mxCell>
        <mxCell id="7Z1T8ZwHcXeBXznP6D7j-57" edge="1" parent="1" style="html=1;verticalAlign=bottom;startArrow=oval;endArrow=block;startSize=8;edgeStyle=elbowEdgeStyle;elbow=vertical;curved=0;rounded=0;" target="7Z1T8ZwHcXeBXznP6D7j-24" value="&lt;div&gt;Fetch List&lt;/div&gt;">
          <mxGeometry relative="1" x="0.0652" as="geometry">
            <mxPoint as="offset" />
            <mxPoint x="440" y="1260.3000000000002" as="sourcePoint" />
            <mxPoint x="667" y="1260" as="targetPoint" />
          </mxGeometry>
        </mxCell>
        <mxCell id="DqHyfR3eGS3xM4o2pyak-13" edge="1" parent="1" source="DqHyfR3eGS3xM4o2pyak-10" style="html=1;verticalAlign=bottom;startArrow=oval;endArrow=block;startSize=8;edgeStyle=elbowEdgeStyle;elbow=vertical;curved=0;rounded=0;" target="DqHyfR3eGS3xM4o2pyak-12" value="Find a property">
          <mxGeometry relative="1" x="-0.6456" y="5" as="geometry">
            <mxPoint as="offset" />
            <Array as="points">
              <mxPoint x="2270" y="215" />
            </Array>
            <mxPoint x="1900" y="215" as="sourcePoint" />
            <mxPoint x="2270" y="215" as="targetPoint" />
          </mxGeometry>
        </mxCell>
        <mxCell id="7Z1T8ZwHcXeBXznP6D7j-58" edge="1" parent="1" source="7Z1T8ZwHcXeBXznP6D7j-24" style="endArrow=classic;html=1;rounded=0;dashed=1;" value="">
          <mxGeometry height="50" relative="1" width="50" as="geometry">
            <Array as="points">
              <mxPoint x="720" y="1279.7" />
              <mxPoint x="710" y="1279.7" />
            </Array>
            <mxPoint x="740" y="1279.7" as="sourcePoint" />
            <mxPoint x="440" y="1279.7" as="targetPoint" />
          </mxGeometry>
        </mxCell>
        <mxCell id="DqHyfR3eGS3xM4o2pyak-15" edge="1" parent="1" style="html=1;verticalAlign=bottom;startArrow=oval;endArrow=block;startSize=8;edgeStyle=elbowEdgeStyle;elbow=vertical;curved=0;rounded=0;" value="Search Property">
          <mxGeometry relative="1" x="-0.2759" y="5" as="geometry">
            <mxPoint as="offset" />
            <Array as="points">
              <mxPoint x="2460" y="225" />
            </Array>
            <mxPoint x="2295" y="225" as="sourcePoint" />
            <mxPoint x="2585" y="225" as="targetPoint" />
          </mxGeometry>
        </mxCell>
        <mxCell id="7Z1T8ZwHcXeBXznP6D7j-59" edge="1" parent="1" style="endArrow=classic;html=1;rounded=0;dashed=1;" target="7Z1T8ZwHcXeBXznP6D7j-52" value="">
          <mxGeometry height="50" relative="1" width="50" as="geometry">
            <Array as="points" />
            <mxPoint x="430" y="1279.7" as="sourcePoint" />
            <mxPoint x="205" y="1279.7" as="targetPoint" />
          </mxGeometry>
        </mxCell>
        <mxCell id="DqHyfR3eGS3xM4o2pyak-17" edge="1" parent="1" source="68ymO_Sjnk0znAFFcrqy-6" style="html=1;verticalAlign=bottom;endArrow=open;dashed=1;endSize=8;edgeStyle=elbowEdgeStyle;elbow=vertical;curved=0;rounded=0;" target="DqHyfR3eGS3xM4o2pyak-10" value="Return property">
          <mxGeometry relative="1" x="-0.0072" as="geometry">
            <mxPoint as="offset" />
            <Array as="points">
              <mxPoint x="2340" y="260" />
            </Array>
            <mxPoint x="2550" y="260" as="sourcePoint" />
            <mxPoint x="2295" y="260" as="targetPoint" />
          </mxGeometry>
        </mxCell>
        <mxCell id="7Z1T8ZwHcXeBXznP6D7j-62" edge="1" parent="1" style="html=1;verticalAlign=bottom;startArrow=oval;endArrow=block;startSize=8;edgeStyle=elbowEdgeStyle;elbow=vertical;curved=0;rounded=0;" target="7Z1T8ZwHcXeBXznP6D7j-31" value="Login">
          <mxGeometry relative="1" x="0.0652" as="geometry">
            <mxPoint as="offset" />
            <mxPoint x="68.75" y="1380" as="sourcePoint" />
            <mxPoint x="181.25" y="1380" as="targetPoint" />
          </mxGeometry>
        </mxCell>
        <mxCell id="DqHyfR3eGS3xM4o2pyak-21" edge="1" parent="1" source="DqHyfR3eGS3xM4o2pyak-20" style="html=1;verticalAlign=bottom;startArrow=oval;endArrow=block;startSize=8;edgeStyle=elbowEdgeStyle;elbow=vertical;curved=0;rounded=0;exitX=1;exitY=0.125;exitDx=0;exitDy=0;exitPerimeter=0;" target="DqHyfR3eGS3xM4o2pyak-22" value="Create booking">
          <mxGeometry relative="1" x="-0.6456" y="5" as="geometry">
            <mxPoint as="offset" />
            <Array as="points">
              <mxPoint x="2160" y="300" />
            </Array>
            <mxPoint x="1900" y="300" as="sourcePoint" />
            <mxPoint x="2250" y="300" as="targetPoint" />
          </mxGeometry>
        </mxCell>
        <mxCell id="7Z1T8ZwHcXeBXznP6D7j-63" parent="1" style="html=1;points=[];perimeter=orthogonalPerimeter;outlineConnect=0;targetShapes=umlLifeline;portConstraint=eastwest;newEdgeStyle={&quot;edgeStyle&quot;:&quot;elbowEdgeStyle&quot;,&quot;elbow&quot;:&quot;vertical&quot;,&quot;curved&quot;:0,&quot;rounded&quot;:0};" value="" vertex="1">
          <mxGeometry height="40" width="10" x="250" y="1360" as="geometry" />
        </mxCell>
        <mxCell id="DqHyfR3eGS3xM4o2pyak-23" edge="1" parent="1" style="html=1;verticalAlign=bottom;startArrow=oval;endArrow=block;startSize=8;edgeStyle=elbowEdgeStyle;elbow=vertical;curved=0;rounded=0;" value="Check availibility">
          <mxGeometry relative="1" as="geometry">
            <mxPoint as="offset" />
            <Array as="points" />
            <mxPoint x="2295" y="307.1586206896552" as="sourcePoint" />
            <mxPoint x="2585" y="307.1586206896552" as="targetPoint" />
          </mxGeometry>
        </mxCell>
        <mxCell id="7Z1T8ZwHcXeBXznP6D7j-64" parent="1" style="html=1;points=[];perimeter=orthogonalPerimeter;outlineConnect=0;targetShapes=umlLifeline;portConstraint=eastwest;newEdgeStyle={&quot;edgeStyle&quot;:&quot;elbowEdgeStyle&quot;,&quot;elbow&quot;:&quot;vertical&quot;,&quot;curved&quot;:0,&quot;rounded&quot;:0};" value="" vertex="1">
          <mxGeometry height="40" width="10" x="310" y="1390" as="geometry" />
        </mxCell>
        <mxCell id="DqHyfR3eGS3xM4o2pyak-25" edge="1" parent="1" source="DqHyfR3eGS3xM4o2pyak-24" style="html=1;verticalAlign=bottom;endArrow=open;dashed=1;endSize=8;edgeStyle=elbowEdgeStyle;elbow=vertical;curved=0;rounded=0;" target="68ymO_Sjnk0znAFFcrqy-14" value="Return availibility">
          <mxGeometry relative="1" x="-0.0072" as="geometry">
            <mxPoint as="offset" />
            <Array as="points">
              <mxPoint x="2485" y="330" />
            </Array>
            <mxPoint x="2560" y="330" as="sourcePoint" />
            <mxPoint x="2310" y="330" as="targetPoint" />
          </mxGeometry>
        </mxCell>
        <mxCell id="7Z1T8ZwHcXeBXznP6D7j-67" edge="1" parent="1" style="endArrow=classic;html=1;rounded=0;" target="7Z1T8ZwHcXeBXznP6D7j-63" value="">
          <mxGeometry height="50" relative="1" width="50" as="geometry">
            <Array as="points" />
            <mxPoint x="200" y="1380" as="sourcePoint" />
            <mxPoint x="250" y="1330" as="targetPoint" />
          </mxGeometry>
        </mxCell>
        <mxCell id="DqHyfR3eGS3xM4o2pyak-27" edge="1" parent="1" style="html=1;verticalAlign=bottom;startArrow=oval;endArrow=block;startSize=8;edgeStyle=elbowEdgeStyle;elbow=vertical;curved=0;rounded=0;" target="DqHyfR3eGS3xM4o2pyak-26" value="Create booking">
          <mxGeometry relative="1" x="-0.0018" as="geometry">
            <mxPoint as="offset" />
            <Array as="points" />
            <mxPoint x="2295" y="369.99862068965524" as="sourcePoint" />
            <mxPoint x="2560" y="370" as="targetPoint" />
          </mxGeometry>
        </mxCell>
        <mxCell id="7Z1T8ZwHcXeBXznP6D7j-68" edge="1" parent="1" style="endArrow=classic;html=1;rounded=0;" value="">
          <mxGeometry height="50" relative="1" width="50" as="geometry">
            <mxPoint x="260" y="1400" as="sourcePoint" />
            <mxPoint x="310" y="1400" as="targetPoint" />
          </mxGeometry>
        </mxCell>
        <mxCell id="DqHyfR3eGS3xM4o2pyak-28" edge="1" parent="1" source="DqHyfR3eGS3xM4o2pyak-26" style="html=1;verticalAlign=bottom;endArrow=open;dashed=1;endSize=8;edgeStyle=elbowEdgeStyle;elbow=vertical;curved=0;rounded=0;" target="DqHyfR3eGS3xM4o2pyak-22" value="Return booking id">
          <mxGeometry relative="1" x="-0.0072" as="geometry">
            <mxPoint as="offset" />
            <Array as="points">
              <mxPoint x="2510" y="400" />
            </Array>
            <mxPoint x="2560" y="400" as="sourcePoint" />
            <mxPoint x="2310" y="400" as="targetPoint" />
          </mxGeometry>
        </mxCell>
        <mxCell id="7Z1T8ZwHcXeBXznP6D7j-69" edge="1" parent="1" style="endArrow=classic;html=1;rounded=0;" value="">
          <mxGeometry height="50" relative="1" width="50" as="geometry">
            <mxPoint x="320" y="1410" as="sourcePoint" />
            <mxPoint x="420" y="1410" as="targetPoint" />
          </mxGeometry>
        </mxCell>
        <mxCell id="DqHyfR3eGS3xM4o2pyak-29" edge="1" parent="1" source="DqHyfR3eGS3xM4o2pyak-22" style="html=1;verticalAlign=bottom;endArrow=open;dashed=1;endSize=8;edgeStyle=elbowEdgeStyle;elbow=vertical;curved=0;rounded=0;" target="DqHyfR3eGS3xM4o2pyak-20" value="Success">
          <mxGeometry relative="1" x="-0.0072" as="geometry">
            <mxPoint as="offset" />
            <Array as="points">
              <mxPoint x="2175" y="420" />
            </Array>
            <mxPoint x="2250" y="420" as="sourcePoint" />
            <mxPoint x="1960" y="420" as="targetPoint" />
          </mxGeometry>
        </mxCell>
        <mxCell id="R6YphOfNyNHtJLwu2XoU-5" parent="1" style="shape=umlLifeline;perimeter=lifelinePerimeter;whiteSpace=wrap;html=1;container=0;dropTarget=0;collapsible=0;recursiveResize=0;outlineConnect=0;portConstraint=eastwest;newEdgeStyle={&quot;edgeStyle&quot;:&quot;elbowEdgeStyle&quot;,&quot;elbow&quot;:&quot;vertical&quot;,&quot;curved&quot;:0,&quot;rounded&quot;:0};" value="DataBase" vertex="1">
          <mxGeometry height="300" width="100" x="1270" y="65" as="geometry" />
        </mxCell>
        <mxCell id="R6YphOfNyNHtJLwu2XoU-6" parent="R6YphOfNyNHtJLwu2XoU-5" style="html=1;points=[];perimeter=orthogonalPerimeter;outlineConnect=0;targetShapes=umlLifeline;portConstraint=eastwest;newEdgeStyle={&quot;edgeStyle&quot;:&quot;elbowEdgeStyle&quot;,&quot;elbow&quot;:&quot;vertical&quot;,&quot;curved&quot;:0,&quot;rounded&quot;:0};" value="" vertex="1">
          <mxGeometry height="240" width="10" x="45" y="60" as="geometry" />
        </mxCell>
        <mxCell id="R6YphOfNyNHtJLwu2XoU-33" parent="R6YphOfNyNHtJLwu2XoU-5" style="html=1;points=[[0,0,0,0,5],[0,1,0,0,-5],[1,0,0,0,5],[1,1,0,0,-5]];perimeter=orthogonalPerimeter;outlineConnect=0;targetShapes=umlLifeline;portConstraint=eastwest;newEdgeStyle={&quot;curved&quot;:0,&quot;rounded&quot;:0};" value="" vertex="1">
          <mxGeometry height="70" width="10" x="35" y="70" as="geometry" />
        </mxCell>
        <mxCell id="7Z1T8ZwHcXeBXznP6D7j-71" parent="1" style="text;html=1;whiteSpace=wrap;strokeColor=none;fillColor=none;align=center;verticalAlign=middle;rounded=0;" value="&lt;div&gt;Customer&lt;/div&gt;" vertex="1">
          <mxGeometry height="30" width="60" x="225" y="1340" as="geometry" />
        </mxCell>
        <mxCell id="R6YphOfNyNHtJLwu2XoU-7" edge="1" parent="1" source="R6YphOfNyNHtJLwu2XoU-9" style="html=1;verticalAlign=bottom;endArrow=block;edgeStyle=elbowEdgeStyle;elbow=vertical;curved=0;rounded=0;" value="">
          <mxGeometry relative="1" x="0.0616" as="geometry">
            <mxPoint as="offset" />
            <Array as="points">
              <mxPoint x="970" y="145" />
            </Array>
            <mxPoint x="725" y="145" as="sourcePoint" />
            <mxPoint x="1010" y="145" as="targetPoint" />
          </mxGeometry>
        </mxCell>
        <mxCell id="7Z1T8ZwHcXeBXznP6D7j-72" parent="1" style="text;html=1;whiteSpace=wrap;strokeColor=none;fillColor=none;align=center;verticalAlign=middle;rounded=0;" value="Host" vertex="1">
          <mxGeometry height="30" width="60" x="285" y="1360" as="geometry" />
        </mxCell>
        <mxCell id="R6YphOfNyNHtJLwu2XoU-8" parent="1" style="shape=umlLifeline;perimeter=lifelinePerimeter;whiteSpace=wrap;html=1;container=0;dropTarget=0;collapsible=0;recursiveResize=0;outlineConnect=0;portConstraint=eastwest;newEdgeStyle={&quot;edgeStyle&quot;:&quot;elbowEdgeStyle&quot;,&quot;elbow&quot;:&quot;vertical&quot;,&quot;curved&quot;:0,&quot;rounded&quot;:0};" value="API" vertex="1">
          <mxGeometry height="300" width="100" x="780" y="55" as="geometry" />
        </mxCell>
        <mxCell id="R6YphOfNyNHtJLwu2XoU-9" parent="R6YphOfNyNHtJLwu2XoU-8" style="html=1;points=[];perimeter=orthogonalPerimeter;outlineConnect=0;targetShapes=umlLifeline;portConstraint=eastwest;newEdgeStyle={&quot;edgeStyle&quot;:&quot;elbowEdgeStyle&quot;,&quot;elbow&quot;:&quot;vertical&quot;,&quot;curved&quot;:0,&quot;rounded&quot;:0};" value="" vertex="1">
-           <mxGeometry height="240" width="10" x="45" y="70" as="geometry" />
+           <mxGeometry height="110" width="10" x="45" y="70" as="geometry" />
        </mxCell>
        <mxCell id="R6YphOfNyNHtJLwu2XoU-31" parent="R6YphOfNyNHtJLwu2XoU-8" style="html=1;points=[[0,0,0,0,5],[0,1,0,0,-5],[1,0,0,0,5],[1,1,0,0,-5]];perimeter=orthogonalPerimeter;outlineConnect=0;targetShapes=umlLifeline;portConstraint=eastwest;newEdgeStyle={&quot;curved&quot;:0,&quot;rounded&quot;:0};" value="" vertex="1">
          <mxGeometry height="70" width="10" x="55" y="80" as="geometry" />
        </mxCell>
        <mxCell id="7Z1T8ZwHcXeBXznP6D7j-76" edge="1" parent="1" style="endArrow=classic;html=1;rounded=0;" value="">
          <mxGeometry height="50" relative="1" width="50" as="geometry">
            <mxPoint x="260" y="1370" as="sourcePoint" />
            <mxPoint x="420" y="1370" as="targetPoint" />
          </mxGeometry>
        </mxCell>
        <mxCell id="R6YphOfNyNHtJLwu2XoU-11" parent="1" style="shape=umlLifeline;perimeter=lifelinePerimeter;whiteSpace=wrap;html=1;container=0;dropTarget=0;collapsible=0;recursiveResize=0;outlineConnect=0;portConstraint=eastwest;newEdgeStyle={&quot;edgeStyle&quot;:&quot;elbowEdgeStyle&quot;,&quot;elbow&quot;:&quot;vertical&quot;,&quot;curved&quot;:0,&quot;rounded&quot;:0};" value="&lt;div&gt;Backend&lt;/div&gt;" vertex="1">
          <mxGeometry height="300" width="100" x="970" y="55" as="geometry" />
        </mxCell>
        <mxCell id="R6YphOfNyNHtJLwu2XoU-12" parent="R6YphOfNyNHtJLwu2XoU-11" style="html=1;points=[];perimeter=orthogonalPerimeter;outlineConnect=0;targetShapes=umlLifeline;portConstraint=eastwest;newEdgeStyle={&quot;edgeStyle&quot;:&quot;elbowEdgeStyle&quot;,&quot;elbow&quot;:&quot;vertical&quot;,&quot;curved&quot;:0,&quot;rounded&quot;:0};" value="" vertex="1">
-           <mxGeometry height="190" width="10" x="45" y="70" as="geometry" />
+           <mxGeometry height="90" width="10" x="45" y="70" as="geometry" />
        </mxCell>
        <mxCell id="R6YphOfNyNHtJLwu2XoU-32" parent="R6YphOfNyNHtJLwu2XoU-11" style="html=1;points=[[0,0,0,0,5],[0,1,0,0,-5],[1,0,0,0,5],[1,1,0,0,-5]];perimeter=orthogonalPerimeter;outlineConnect=0;targetShapes=umlLifeline;portConstraint=eastwest;newEdgeStyle={&quot;curved&quot;:0,&quot;rounded&quot;:0};" value="" vertex="1">
          <mxGeometry height="70" width="10" x="35" y="80" as="geometry" />
        </mxCell>
        <mxCell id="7Z1T8ZwHcXeBXznP6D7j-83" edge="1" parent="1" style="endArrow=classic;html=1;rounded=0;" target="7Z1T8ZwHcXeBXznP6D7j-24" value="">
          <mxGeometry height="50" relative="1" width="50" as="geometry">
            <mxPoint x="430" y="1379.71" as="sourcePoint" />
            <mxPoint x="590" y="1379.71" as="targetPoint" />
          </mxGeometry>
        </mxCell>
        <mxCell id="7Z1T8ZwHcXeBXznP6D7j-84" edge="1" parent="1" source="7Z1T8ZwHcXeBXznP6D7j-82" style="endArrow=none;dashed=1;html=1;dashPattern=1 3;strokeWidth=2;rounded=0;startArrow=classic;startFill=1;" value="">
          <mxGeometry height="50" relative="1" width="50" as="geometry">
            <mxPoint x="595.25" y="1400" as="sourcePoint" />
            <mxPoint x="765.25" y="1400" as="targetPoint" />
          </mxGeometry>
        </mxCell>
        <mxCell id="R6YphOfNyNHtJLwu2XoU-15" parent="1" style="text;html=1;whiteSpace=wrap;strokeColor=none;fillColor=none;align=center;verticalAlign=middle;rounded=0;" value="Validate" vertex="1">
          <mxGeometry height="30" width="60" x="840" y="95" as="geometry" />
        </mxCell>
        <mxCell id="7Z1T8ZwHcXeBXznP6D7j-85" edge="1" parent="1" source="7Z1T8ZwHcXeBXznP6D7j-60" style="endArrow=none;dashed=1;html=1;dashPattern=1 3;strokeWidth=2;rounded=0;startArrow=classic;startFill=1;" value="">
          <mxGeometry height="50" relative="1" width="50" as="geometry">
            <mxPoint x="210" y="1440" as="sourcePoint" />
            <mxPoint x="430" y="1440" as="targetPoint" />
          </mxGeometry>
        </mxCell>
        <mxCell id="R6YphOfNyNHtJLwu2XoU-16" parent="1" style="text;html=1;whiteSpace=wrap;strokeColor=none;fillColor=none;align=center;verticalAlign=middle;rounded=0;" value="Process Request" vertex="1">
          <mxGeometry height="30" width="60" x="955" y="95" as="geometry" />
        </mxCell>
        <mxCell id="7Z1T8ZwHcXeBXznP6D7j-86" edge="1" parent="1" style="endArrow=none;dashed=1;html=1;dashPattern=1 3;strokeWidth=2;rounded=0;startArrow=classic;startFill=1;" value="">
          <mxGeometry height="50" relative="1" width="50" as="geometry">
            <mxPoint x="70.25" y="1430" as="sourcePoint" />
            <mxPoint x="190" y="1430" as="targetPoint" />
          </mxGeometry>
        </mxCell>
        <mxCell id="R6YphOfNyNHtJLwu2XoU-17" parent="1" style="text;html=1;whiteSpace=wrap;strokeColor=none;fillColor=none;align=center;verticalAlign=middle;rounded=0;" value="Save Data" vertex="1">
          <mxGeometry height="30" width="60" x="1140" y="105" as="geometry" />
        </mxCell>
        <mxCell id="7Z1T8ZwHcXeBXznP6D7j-87" parent="1" style="text;html=1;whiteSpace=wrap;strokeColor=none;fillColor=none;align=center;verticalAlign=middle;rounded=0;" value="Aaron" vertex="1">
          <mxGeometry height="30" width="60" x="280" y="1020" as="geometry" />
        </mxCell>
        <mxCell id="R6YphOfNyNHtJLwu2XoU-18" parent="1" style="text;html=1;whiteSpace=wrap;strokeColor=none;fillColor=none;align=center;verticalAlign=middle;rounded=0;" value="Confirm save" vertex="1">
          <mxGeometry height="30" width="80" x="1125.25" y="165" as="geometry" />
        </mxCell>
        <mxCell id="7Z1T8ZwHcXeBXznP6D7j-88" edge="1" parent="1" source="7Z1T8ZwHcXeBXznP6D7j-87" style="edgeStyle=orthogonalEdgeStyle;rounded=0;orthogonalLoop=1;jettySize=auto;html=1;exitX=0.5;exitY=0;exitDx=0;exitDy=0;" target="7Z1T8ZwHcXeBXznP6D7j-87">
          <mxGeometry relative="1" as="geometry" />
        </mxCell>
        <mxCell id="R6YphOfNyNHtJLwu2XoU-19" parent="1" style="text;html=1;whiteSpace=wrap;strokeColor=none;fillColor=none;align=center;verticalAlign=middle;rounded=0;" value="Return Response" vertex="1">
          <mxGeometry height="30" width="60" x="900" y="155" as="geometry" />
        </mxCell>
        <mxCell id="7Z1T8ZwHcXeBXznP6D7j-89" parent="1" style="text;html=1;whiteSpace=wrap;strokeColor=none;fillColor=none;align=center;verticalAlign=middle;rounded=0;" value="&lt;div&gt;The Pain Cycle&lt;/div&gt;" vertex="1">
          <mxGeometry height="30" width="60" x="310" y="960" as="geometry" />
        </mxCell>
        <mxCell id="R6YphOfNyNHtJLwu2XoU-20" parent="1" style="text;html=1;whiteSpace=wrap;strokeColor=none;fillColor=none;align=center;verticalAlign=middle;rounded=0;" value="Return Succes/Failure" vertex="1">
          <mxGeometry height="30" width="140" x="650" y="185" as="geometry" />
        </mxCell>
        <mxCell id="R6YphOfNyNHtJLwu2XoU-21" edge="1" parent="1" source="R6YphOfNyNHtJLwu2XoU-12" style="endArrow=classic;html=1;rounded=0;" target="R6YphOfNyNHtJLwu2XoU-5" value="">
          <mxGeometry height="50" relative="1" width="50" as="geometry">
            <Array as="points">
              <mxPoint x="1180" y="145" />
            </Array>
            <mxPoint x="1020" y="185" as="sourcePoint" />
            <mxPoint x="1070" y="135" as="targetPoint" />
          </mxGeometry>
        </mxCell>
        <mxCell id="R6YphOfNyNHtJLwu2XoU-22" edge="1" parent="1" style="endArrow=classic;html=1;rounded=0;dashed=1;" value="">
          <mxGeometry height="50" relative="1" width="50" as="geometry">
            <Array as="points">
              <mxPoint x="1165.25" y="195" />
            </Array>
            <mxPoint x="1314.75" y="194.9999999999999" as="sourcePoint" />
            <mxPoint x="1025.25" y="194.9999999999999" as="targetPoint" />
          </mxGeometry>
        </mxCell>
        <mxCell id="R6YphOfNyNHtJLwu2XoU-23" edge="1" parent="1" style="endArrow=classic;html=1;rounded=0;dashed=1;" value="">
          <mxGeometry height="50" relative="1" width="50" as="geometry">
            <Array as="points">
              <mxPoint x="925.5" y="195" />
            </Array>
            <mxPoint x="1015" y="194.9999999999999" as="sourcePoint" />
            <mxPoint x="835.5" y="194.9999999999999" as="targetPoint" />
          </mxGeometry>
        </mxCell>
        <mxCell id="R6YphOfNyNHtJLwu2XoU-25" edge="1" parent="1" style="html=1;verticalAlign=bottom;startArrow=oval;endArrow=block;startSize=8;edgeStyle=elbowEdgeStyle;elbow=vertical;curved=0;rounded=0;" target="R6YphOfNyNHtJLwu2XoU-8" value="">
          <mxGeometry relative="1" x="-0.3939" y="10" as="geometry">
            <mxPoint as="offset" />
            <mxPoint x="615" y="145" as="sourcePoint" />
            <mxPoint x="670" y="145" as="targetPoint" />
          </mxGeometry>
        </mxCell>
        <mxCell id="R6YphOfNyNHtJLwu2XoU-30" edge="1" parent="1" source="R6YphOfNyNHtJLwu2XoU-27" style="edgeStyle=orthogonalEdgeStyle;rounded=0;orthogonalLoop=1;jettySize=auto;html=1;exitX=0.5;exitY=0.5;exitDx=0;exitDy=0;exitPerimeter=0;dashed=1;dashPattern=1 1;endArrow=none;endFill=0;">
          <mxGeometry relative="1" as="geometry">
            <mxPoint x="610.2857142857142" y="370" as="targetPoint" />
          </mxGeometry>
        </mxCell>
        <mxCell id="R6YphOfNyNHtJLwu2XoU-27" parent="1" style="shape=umlActor;verticalLabelPosition=bottom;verticalAlign=top;html=1;" value="User" vertex="1">
          <mxGeometry height="60" width="30" x="595" y="10" as="geometry" />
        </mxCell>
        <mxCell id="R6YphOfNyNHtJLwu2XoU-2" parent="1" style="html=1;points=[];perimeter=orthogonalPerimeter;outlineConnect=0;targetShapes=umlLifeline;portConstraint=eastwest;newEdgeStyle={&quot;edgeStyle&quot;:&quot;elbowEdgeStyle&quot;,&quot;elbow&quot;:&quot;vertical&quot;,&quot;curved&quot;:0,&quot;rounded&quot;:0};" value="" vertex="1">
-           <mxGeometry height="190" width="10" x="605" y="125" as="geometry" />
+           <mxGeometry height="125" width="10" x="605" y="125" as="geometry" />
        </mxCell>
        <mxCell id="R6YphOfNyNHtJLwu2XoU-3" edge="1" parent="1" style="html=1;verticalAlign=bottom;startArrow=oval;endArrow=block;startSize=8;edgeStyle=elbowEdgeStyle;elbow=vertical;curved=0;rounded=0;" target="R6YphOfNyNHtJLwu2XoU-2" value="dispatch">
          <mxGeometry relative="1" as="geometry">
            <mxPoint x="545" y="125" as="sourcePoint" />
          </mxGeometry>
        </mxCell>
        <mxCell id="R6YphOfNyNHtJLwu2XoU-26" parent="1" style="html=1;points=[[0,0,0,0,5],[0,1,0,0,-5],[1,0,0,0,5],[1,1,0,0,-5]];perimeter=orthogonalPerimeter;outlineConnect=0;targetShapes=umlLifeline;portConstraint=eastwest;newEdgeStyle={&quot;curved&quot;:0,&quot;rounded&quot;:0};" value="" vertex="1">
          <mxGeometry height="95" width="10" x="615" y="135" as="geometry" />
        </mxCell>
        <mxCell id="R6YphOfNyNHtJLwu2XoU-24" edge="1" parent="1" style="endArrow=classic;html=1;rounded=0;dashed=1;" value="">
          <mxGeometry height="50" relative="1" width="50" as="geometry">
            <Array as="points">
              <mxPoint x="725" y="219.7" />
            </Array>
            <mxPoint x="824.5" y="219.69999999999987" as="sourcePoint" />
            <mxPoint x="615" y="219.69999999999987" as="targetPoint" />
          </mxGeometry>
        </mxCell>
        <mxCell id="rKN2OIOCl2Xoklgr7IGd-1" parent="1" style="shape=umlFrame;whiteSpace=wrap;html=1;pointerEvents=0;" value="Register User" vertex="1">
-           <mxGeometry height="75" width="212.5" x="615" y="100" as="geometry" />
+           <mxGeometry height="65" width="180" x="630" y="110" as="geometry" />
        </mxCell>
        <mxCell id="rKN2OIOCl2Xoklgr7IGd-2" parent="1" style="text;html=1;whiteSpace=wrap;strokeColor=none;fillColor=none;align=center;verticalAlign=middle;rounded=0;" value="Is-host" vertex="1">
          <mxGeometry height="30" width="60" x="690" y="110" as="geometry" />
        </mxCell>
        <mxCell id="rKN2OIOCl2Xoklgr7IGd-3" parent="1" style="text;html=1;whiteSpace=wrap;strokeColor=none;fillColor=none;align=center;verticalAlign=middle;rounded=0;" value="Is-customer" vertex="1">
          <mxGeometry height="30" width="90" x="675" y="145" as="geometry" />
+         </mxCell>
+         <mxCell id="TdW9oKKxsJU2AUWhq7uW-1" parent="1" style="text;html=1;whiteSpace=wrap;strokeColor=none;fillColor=none;align=center;verticalAlign=middle;rounded=0;" value="BASE TEMPLATE" vertex="1">
+           <mxGeometry height="30" width="60" x="-275" y="300" as="geometry" />
+         </mxCell>
+         <mxCell id="TdW9oKKxsJU2AUWhq7uW-2" parent="1" style="text;html=1;whiteSpace=wrap;strokeColor=none;fillColor=none;align=center;verticalAlign=middle;rounded=0;" value="&lt;font style=&quot;font-size: 19px;&quot;&gt;USER REGISTRATION&lt;/font&gt;" vertex="1">
+           <mxGeometry height="45" width="150" x="850" y="355" as="geometry" />
        </mxCell>
      </root>
    </mxGraphModel>
  </diagram>
</mxfile>
